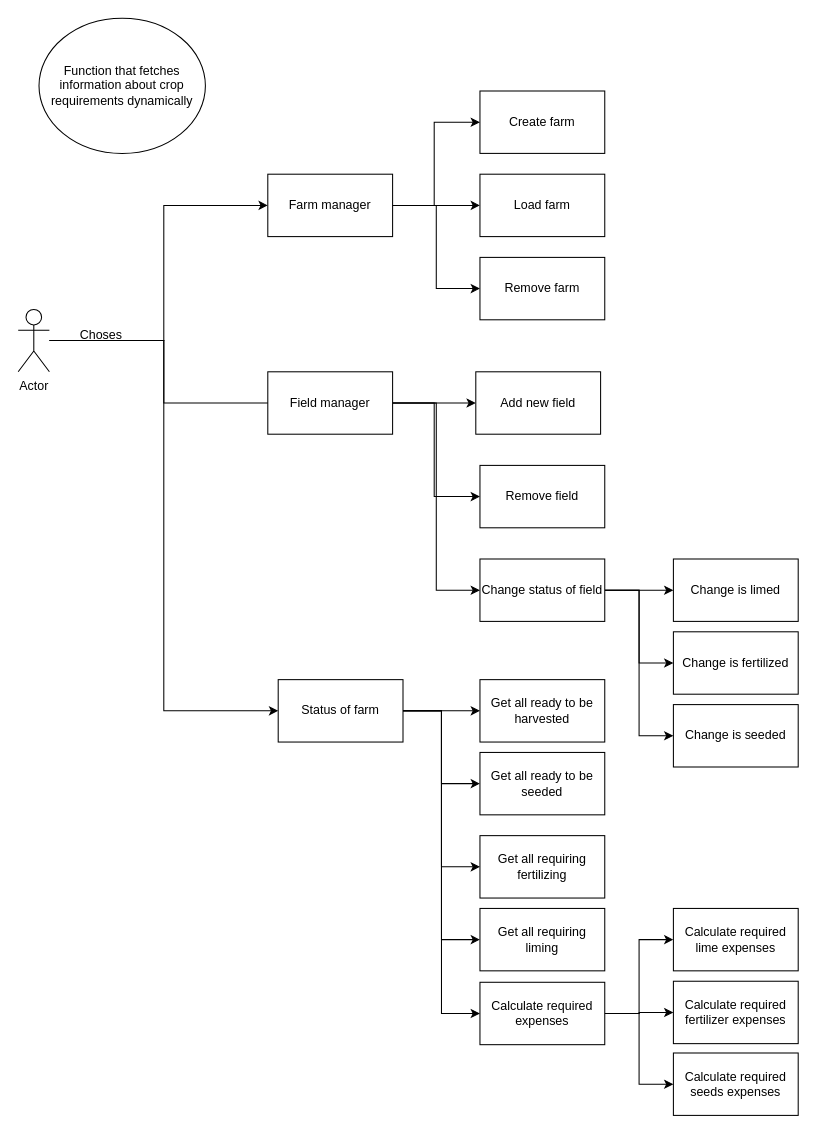
This is Architecture.drawio from xAdRx/farm-management-tool, a draw.io file, before an edit. Source tidied: cells renumbered, new cells numbered last; positions are measured from the earlier drawing's top-left corner, leaving out a move shared by most shapes. Both pictures are drawn from the tidied source at 104%, with x=0, y=0 at pixel (18, 18).
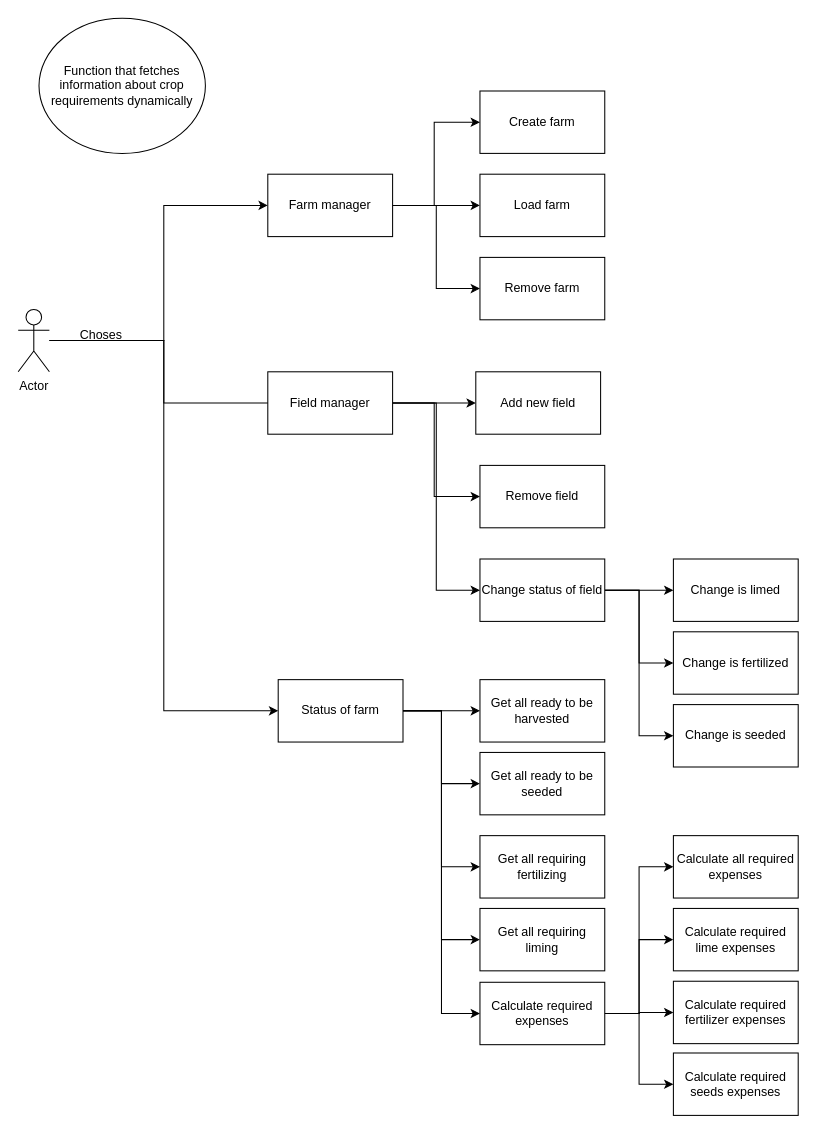
The same page after the edit.

The change refers to these unchanged cells:
```xml
<mxCell id="40" value="Calculate required expenses" style="whiteSpace=wrap;html=1;rounded=0;" parent="1" vertex="1">
  <mxGeometry x="444" y="927" width="120" height="60" as="geometry" />
</mxCell>
```

Diff of the diagram source:
```diff
@@
+    <mxCell id="45" style="edgeStyle=orthogonalEdgeStyle;rounded=0;jettySize=auto;html=1;entryX=0;entryY=0.5;entryDx=0;entryDy=0;" parent="1" edge="1" source="40" target="46">
+      <mxGeometry relative="1" as="geometry" />
+    </mxCell>
@@
+    <mxCell id="46" value="Calculate all required expenses" style="whiteSpace=wrap;html=1;rounded=0;" parent="1" vertex="1">
+      <mxGeometry x="630" y="786" width="120" height="60" as="geometry" />
+    </mxCell>
```
